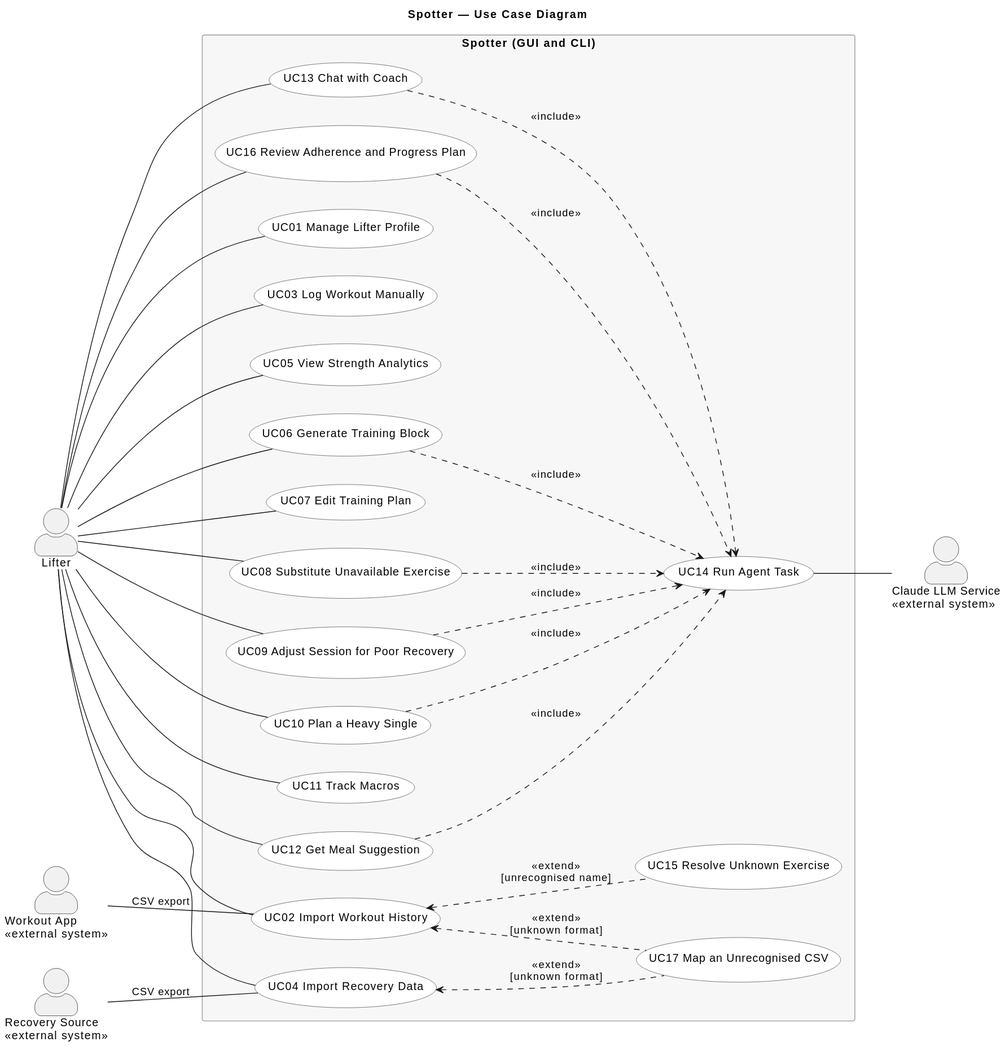
The PlantUML diagram diagrams/usecase/usecase.svg in devparikh28/EECS-3311-Project--Spotter, before a commit.
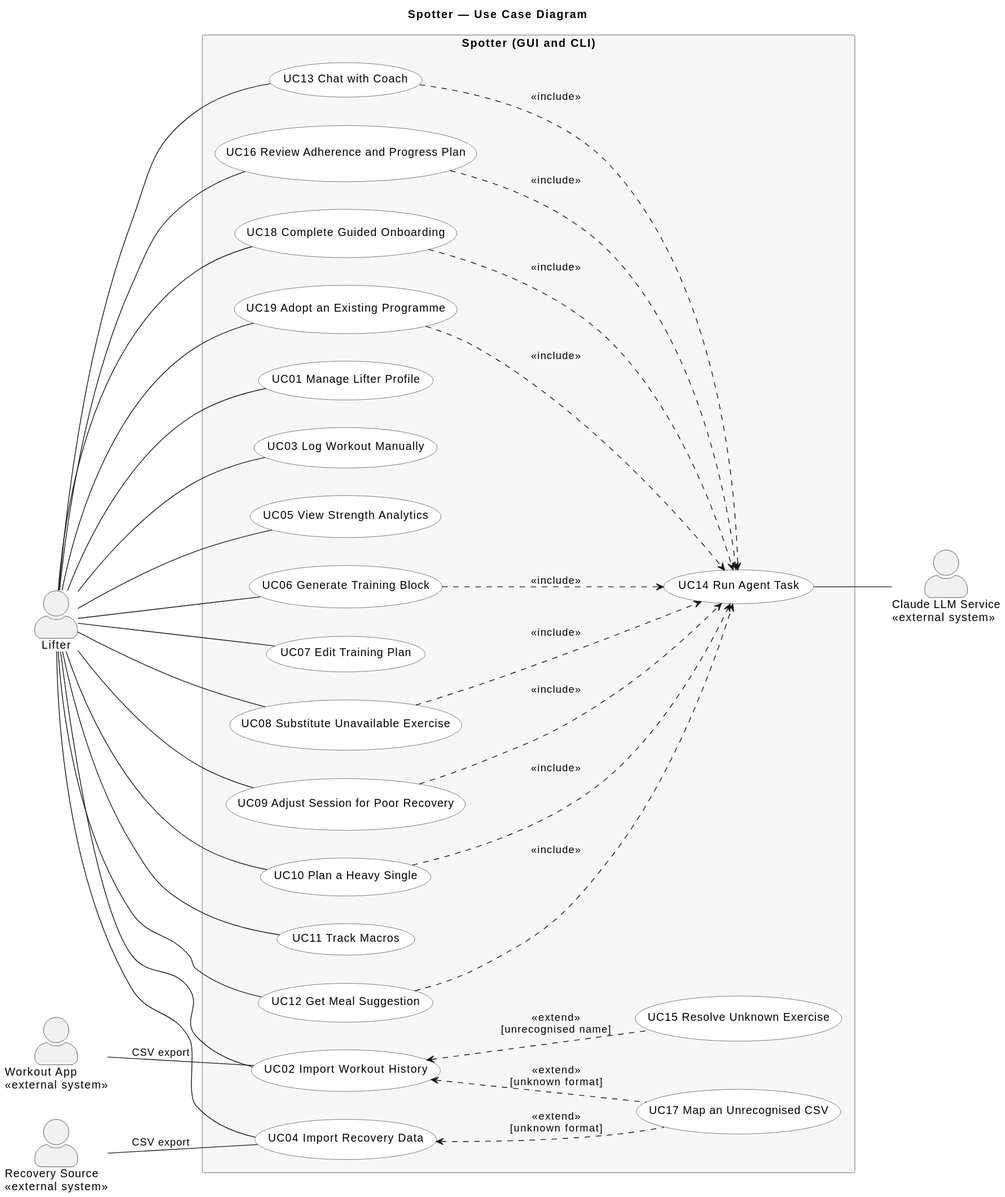
After the change.

The edit, as a diff of the source:
```diff
@@ -19,6 +19,8 @@
 actor "Claude LLM Service\n<<external system>>" as Claude
 
 rectangle "Spotter (GUI and CLI)" {
+  usecase "UC18 Complete Guided Onboarding" as UC18
+  usecase "UC19 Adopt an Existing Programme" as UC19
   usecase "UC01 Manage Lifter Profile" as UC01
   usecase "UC02 Import Workout History" as UC02
   usecase "UC03 Log Workout Manually" as UC03
@@ -52,6 +54,8 @@
 Lifter -- UC12
 Lifter -- UC13
 Lifter -- UC16
+Lifter -- UC18
+Lifter -- UC19
 
 Hevy -- UC02 : CSV export
 Whoop -- UC04 : CSV export
@@ -64,6 +68,8 @@
 UC12 ..> UC14 : <<include>>
 UC13 ..> UC14 : <<include>>
 UC16 ..> UC14 : <<include>>
+UC18 ..> UC14 : <<include>>
+UC19 ..> UC14 : <<include>>
 UC02 <.. UC15 : <<extend>>\n[unrecognised name]
 UC02 <.. UC17 : <<extend>>\n[unknown format]
 UC04 <.. UC17 : <<extend>>\n[unknown format]
```
